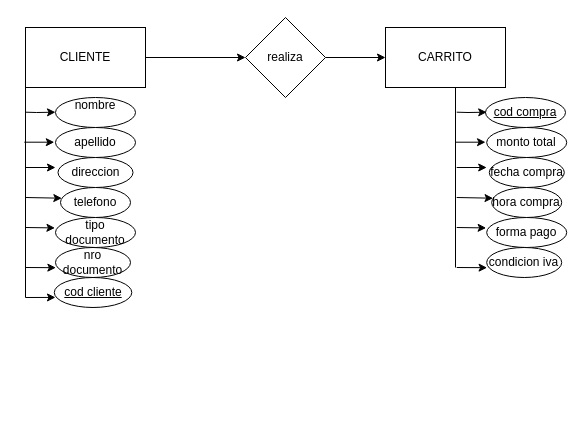
Earlier version of the draw.io diagram Tp1eraparte.drawio (JuliMeier/baseDeDatos1Repo). Source tidied: cells renumbered, new cells numbered last; positions are measured from the earlier drawing's top-left corner, leaving out a move shared by most shapes. Both pictures are drawn from the tidied source at 100%, with x=0, y=0 at pixel (24, 17).
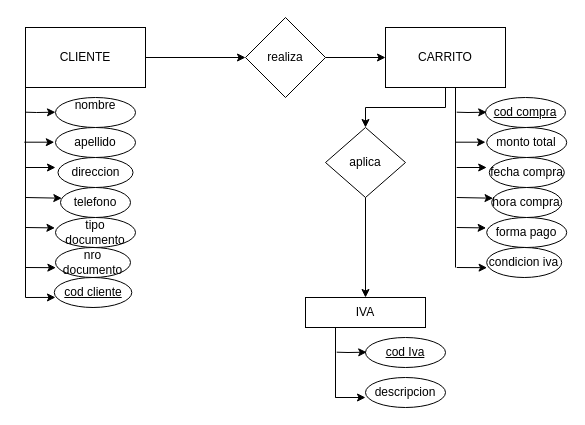
After the change.

The change refers to these unchanged cells:
```xml
<mxCell id="21" value="CARRITO" style="whiteSpace=wrap;html=1;rounded=0;" parent="1" vertex="1">
  <mxGeometry x="361" y="10" width="120" height="60" as="geometry" />
</mxCell>
```

What changed in the source:
```diff
@@
+    <mxCell id="35" style="edgeStyle=orthogonalEdgeStyle;rounded=0;jettySize=auto;html=1;" parent="1" edge="1" source="21" target="37">
+      <mxGeometry relative="1" as="geometry" />
+    </mxCell>
@@
+    <mxCell id="36" style="edgeStyle=orthogonalEdgeStyle;rounded=0;jettySize=auto;html=1;" parent="1" edge="1" source="37" target="38">
+      <mxGeometry relative="1" as="geometry" />
+    </mxCell>
+    <mxCell id="37" value="aplica" style="rhombus;whiteSpace=wrap;html=1;rounded=0;" parent="1" vertex="1">
+      <mxGeometry x="301" y="110" width="80" height="70" as="geometry" />
+    </mxCell>
+    <mxCell id="38" value="IVA" style="whiteSpace=wrap;html=1;rounded=0;" parent="1" vertex="1">
+      <mxGeometry x="281" y="280" width="120" height="30" as="geometry" />
+    </mxCell>
+    <mxCell id="39" value="cod Iva" style="ellipse;whiteSpace=wrap;html=1;fontStyle=4;" parent="1" vertex="1">
+      <mxGeometry x="341" y="320" width="80" height="30" as="geometry" />
+    </mxCell>
+    <mxCell id="40" value="descripcion" style="ellipse;whiteSpace=wrap;html=1;" parent="1" vertex="1">
+      <mxGeometry x="341" y="360" width="80" height="30" as="geometry" />
+    </mxCell>
+    <mxCell id="41" style="endArrow=classic;html=1;rounded=0;" parent="1" edge="1">
+      <mxGeometry relative="1" as="geometry">
+        <mxPoint x="311" y="380" as="sourcePoint" />
+        <mxPoint x="341" y="380" as="targetPoint" />
+      </mxGeometry>
+    </mxCell>
+    <mxCell id="42" style="endArrow=classic;html=1;rounded=0;" parent="1" edge="1">
+      <mxGeometry relative="1" as="geometry">
+        <mxPoint x="312.2" y="334.7" as="sourcePoint" />
+        <mxPoint x="342.2" y="334.7" as="targetPoint" />
+        <Array as="points">
+          <mxPoint x="323.5" y="335" />
+        </Array>
+      </mxGeometry>
+    </mxCell>
+    <mxCell id="43" style="endArrow=none;html=1;rounded=0;entryX=0.25;entryY=1;entryDx=0;entryDy=0;" parent="1" edge="1" target="38">
+      <mxGeometry relative="1" as="geometry">
+        <mxPoint x="311" y="350" as="sourcePoint" />
+        <Array as="points">
+          <mxPoint x="311" y="380" />
+        </Array>
+      </mxGeometry>
+    </mxCell>
```
